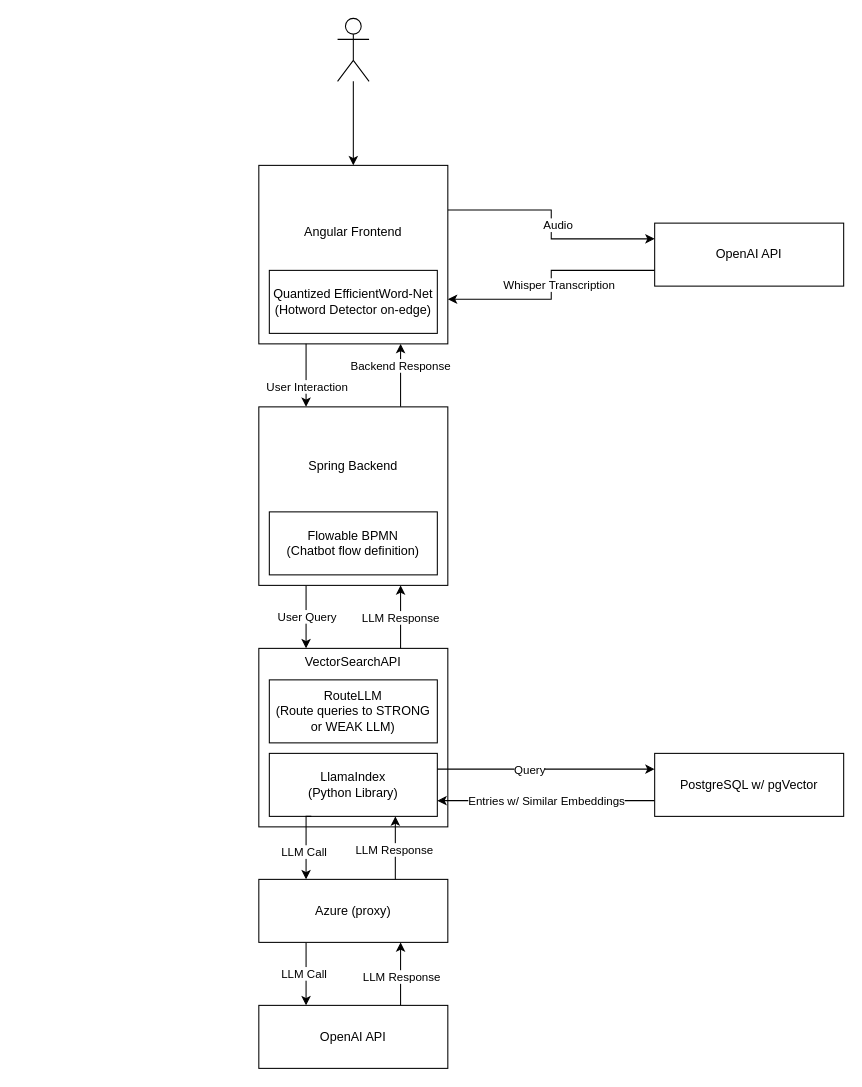
SupremeLobster/TFM keeps this draw.io diagram as diagrams/Full DSO App Architecture.drawio. Above is the earlier version. Source tidied: cells renumbered, new cells numbered last; positions are measured from the earlier drawing's top-left corner, leaving out a move shared by most shapes. Both pictures are drawn from the tidied source at 105%, with x=0, y=0 at pixel (258, 18).
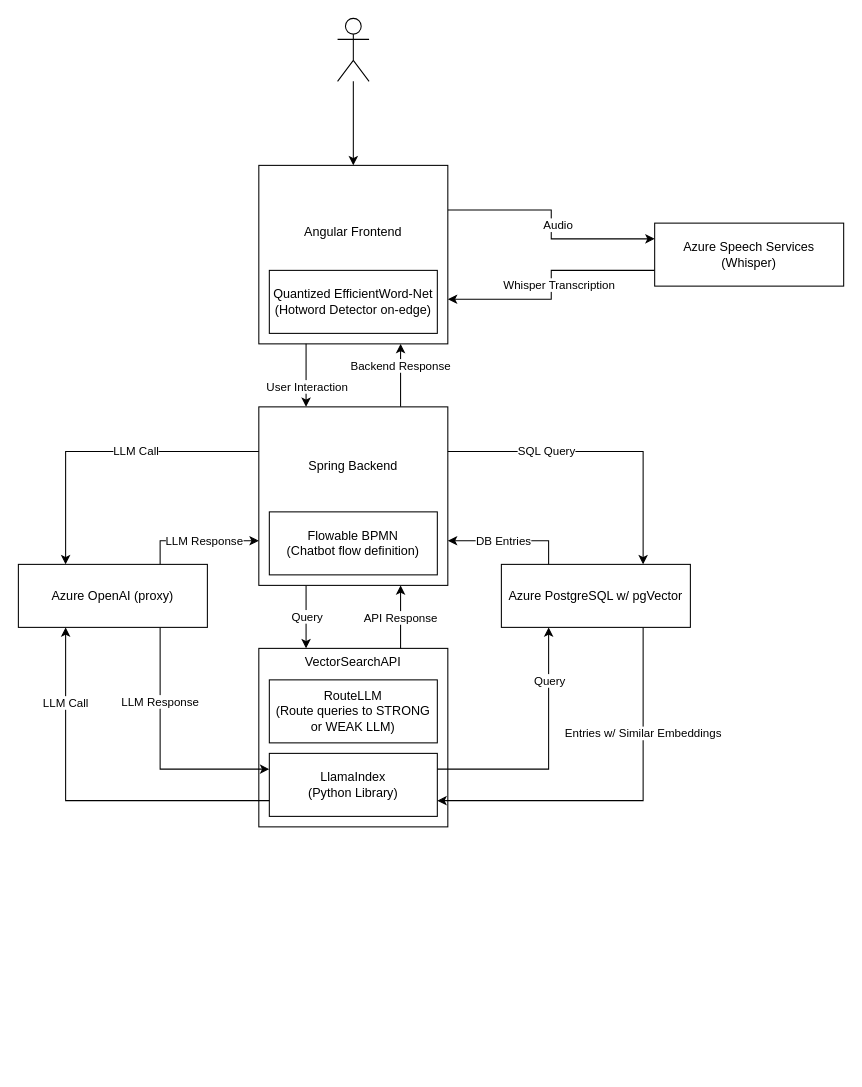
Above is the later version.

Commit message (it also covers changes not shown here):
- Update App Architecture diagram.

The change refers to these unchanged cells:
```xml
<mxCell id="4" value="LlamaIndex&lt;div&gt;(Python Library)&lt;/div&gt;" style="rounded=0;whiteSpace=wrap;html=1;" parent="2" vertex="1">
  <mxGeometry x="10" y="100" width="160" height="60" as="geometry" />
</mxCell>
<mxCell id="33" style="edgeStyle=orthogonalEdgeStyle;rounded=0;jettySize=auto;html=1;exitX=0.25;exitY=1;exitDx=0;exitDy=0;entryX=0.25;entryY=0;entryDx=0;entryDy=0;" parent="1" edge="1" source="40" target="3">
  <mxGeometry relative="1" as="geometry" />
</mxCell>
<mxCell id="37" style="edgeStyle=orthogonalEdgeStyle;rounded=0;jettySize=auto;html=1;exitX=0.75;exitY=0;exitDx=0;exitDy=0;entryX=0.75;entryY=1;entryDx=0;entryDy=0;" parent="1" edge="1" source="3" target="40">
  <mxGeometry relative="1" as="geometry" />
</mxCell>
<mxCell id="40" value="&lt;div&gt;Spring Backend&lt;/div&gt;&lt;div&gt;&lt;br&gt;&lt;/div&gt;&lt;div&gt;&lt;br&gt;&lt;/div&gt;&lt;div&gt;&lt;br&gt;&lt;/div&gt;&lt;div&gt;&lt;br&gt;&lt;/div&gt;" style="rounded=0;whiteSpace=wrap;html=1;" parent="39" vertex="1">
  <mxGeometry width="180" height="170" as="geometry" />
</mxCell>
```

What changed in the source:
```diff
@@
+    <mxCell id="42" style="edgeStyle=orthogonalEdgeStyle;rounded=0;jettySize=auto;html=1;exitX=0.75;exitY=0;exitDx=0;exitDy=0;entryX=0;entryY=0.75;entryDx=0;entryDy=0;" parent="1" edge="1" source="10" target="40">
+      <mxGeometry relative="1" as="geometry" />
+    </mxCell>
+    <mxCell id="43" value="LLM Response" style="edgeLabel;html=1;align=center;verticalAlign=middle;" parent="42" vertex="1">
+      <mxGeometry x="-0.07" y="2" relative="1" as="geometry">
+        <mxPoint x="10" y="2" as="offset" />
+      </mxGeometry>
+    </mxCell>
-    <mxCell id="6" style="edgeStyle=orthogonalEdgeStyle;rounded=0;jettySize=auto;html=1;exitX=0.75;exitY=0;exitDx=0;exitDy=0;entryX=0.75;entryY=1;entryDx=0;entryDy=0;" parent="1" edge="1" source="10" target="4">
-      <mxGeometry relative="1" as="geometry">
-        <Array as="points">
-          <mxPoint x="130" y="850" />
-        </Array>
-      </mxGeometry>
+    <mxCell id="6" style="edgeStyle=orthogonalEdgeStyle;rounded=0;jettySize=auto;html=1;exitX=0.75;exitY=1;exitDx=0;exitDy=0;entryX=0;entryY=0.25;entryDx=0;entryDy=0;" parent="1" edge="1" source="10" target="4">
+      <mxGeometry relative="1" as="geometry" />
     </mxCell>
-    <mxCell id="7" value="LLM Response" style="edgeLabel;html=1;align=center;verticalAlign=middle;" parent="6" vertex="1">
-      <mxGeometry x="0.51" y="2" relative="1" as="geometry" />
-    </mxCell>
-    <mxCell id="8" style="edgeStyle=orthogonalEdgeStyle;rounded=0;jettySize=auto;html=1;exitX=0.25;exitY=1;exitDx=0;exitDy=0;entryX=0.25;entryY=0;entryDx=0;entryDy=0;" parent="1" edge="1" source="10" target="19">
-      <mxGeometry relative="1" as="geometry" />
-    </mxCell>
-    <mxCell id="9" value="LLM Call" style="edgeLabel;html=1;align=center;verticalAlign=middle;" parent="8" vertex="1">
-      <mxGeometry x="-0.03" y="-2" relative="1" as="geometry" />
-    </mxCell>
+    <mxCell id="44" value="LLM Response" style="edgeLabel;html=1;align=center;verticalAlign=middle;" parent="6" vertex="1">
+      <mxGeometry x="-0.29" y="-1" relative="1" as="geometry">
+        <mxPoint y="-15" as="offset" />
+      </mxGeometry>
+    </mxCell>
-    <mxCell id="10" value="Azure (proxy)" style="rounded=0;whiteSpace=wrap;html=1;" parent="1" vertex="1">
-      <mxGeometry y="820" width="180" height="60" as="geometry" />
+    <mxCell id="10" value="Azure OpenAI (proxy)" style="rounded=0;whiteSpace=wrap;html=1;" parent="1" vertex="1">
+      <mxGeometry x="-229" y="520" width="180" height="60" as="geometry" />
     </mxCell>
-    <mxCell id="11" style="edgeStyle=orthogonalEdgeStyle;rounded=0;jettySize=auto;html=1;exitX=0.25;exitY=1;exitDx=0;exitDy=0;entryX=0.25;entryY=0;entryDx=0;entryDy=0;" parent="1" edge="1" source="4" target="10">
-      <mxGeometry relative="1" as="geometry">
-        <Array as="points">
-          <mxPoint x="45" y="760" />
-        </Array>
-      </mxGeometry>
-    </mxCell>
-    <mxCell id="12" value="LLM Call" style="edgeLabel;html=1;align=center;verticalAlign=middle;" parent="11" vertex="1">
-      <mxGeometry x="0.18" y="-2" relative="1" as="geometry" />
-    </mxCell>
@@
-    <mxCell id="17" style="edgeStyle=orthogonalEdgeStyle;rounded=0;jettySize=auto;html=1;exitX=0.75;exitY=0;exitDx=0;exitDy=0;entryX=0.75;entryY=1;entryDx=0;entryDy=0;" parent="1" edge="1" source="19" target="10">
-      <mxGeometry relative="1" as="geometry" />
-    </mxCell>
-    <mxCell id="18" value="LLM Response" style="edgeLabel;html=1;align=center;verticalAlign=middle;" parent="17" vertex="1">
-      <mxGeometry x="-0.06" relative="1" as="geometry" />
-    </mxCell>
-    <mxCell id="19" value="OpenAI API" style="rounded=0;whiteSpace=wrap;html=1;" parent="1" vertex="1">
-      <mxGeometry y="940" width="180" height="60" as="geometry" />
-    </mxCell>
-    <mxCell id="20" style="edgeStyle=orthogonalEdgeStyle;rounded=0;jettySize=auto;html=1;exitX=0;exitY=0.75;exitDx=0;exitDy=0;entryX=1;entryY=0.75;entryDx=0;entryDy=0;" parent="1" edge="1" source="22" target="4">
+    <mxCell id="20" style="edgeStyle=orthogonalEdgeStyle;rounded=0;jettySize=auto;html=1;exitX=0.75;exitY=1;exitDx=0;exitDy=0;entryX=1;entryY=0.75;entryDx=0;entryDy=0;" parent="1" edge="1" source="22" target="4">
       <mxGeometry relative="1" as="geometry" />
     </mxCell>
     <mxCell id="21" value="Entries w/ Similar Embeddings" style="edgeLabel;html=1;align=center;verticalAlign=middle;" parent="20" vertex="1">
       <mxGeometry x="0.27" y="-1" relative="1" as="geometry">
-        <mxPoint x="27" y="1" as="offset" />
+        <mxPoint x="63" y="-64" as="offset" />
       </mxGeometry>
     </mxCell>
+    <mxCell id="45" style="edgeStyle=orthogonalEdgeStyle;rounded=0;jettySize=auto;html=1;exitX=0.25;exitY=0;exitDx=0;exitDy=0;entryX=1;entryY=0.75;entryDx=0;entryDy=0;" parent="1" edge="1" source="22" target="40">
+      <mxGeometry relative="1" as="geometry" />
+    </mxCell>
+    <mxCell id="46" value="DB Entries" style="edgeLabel;html=1;align=center;verticalAlign=middle;" parent="45" vertex="1">
+      <mxGeometry x="0.18" y="-1" relative="1" as="geometry">
+        <mxPoint x="4" y="1" as="offset" />
+      </mxGeometry>
+    </mxCell>
-    <mxCell id="22" value="PostgreSQL w/ pgVector" style="rounded=0;whiteSpace=wrap;html=1;" parent="1" vertex="1">
-      <mxGeometry x="377" y="700" width="180" height="60" as="geometry" />
+    <mxCell id="22" value="Azure&amp;nbsp;&lt;span style=&quot;background-color: initial;&quot;&gt;PostgreSQL w/ pgVector&lt;/span&gt;" style="rounded=0;whiteSpace=wrap;html=1;" parent="1" vertex="1">
+      <mxGeometry x="231" y="520" width="180" height="60" as="geometry" />
     </mxCell>
-    <mxCell id="23" style="edgeStyle=orthogonalEdgeStyle;rounded=0;jettySize=auto;html=1;exitX=1;exitY=0.25;exitDx=0;exitDy=0;entryX=0;entryY=0.25;entryDx=0;entryDy=0;" parent="1" edge="1" source="4" target="22">
+    <mxCell id="23" style="edgeStyle=orthogonalEdgeStyle;rounded=0;jettySize=auto;html=1;exitX=1;exitY=0.25;exitDx=0;exitDy=0;entryX=0.25;entryY=1;entryDx=0;entryDy=0;" parent="1" edge="1" source="4" target="22">
       <mxGeometry relative="1" as="geometry" />
     </mxCell>
     <mxCell id="24" value="Query" style="edgeLabel;html=1;align=center;verticalAlign=middle;" parent="23" vertex="1">
       <mxGeometry x="-0.16" y="1" relative="1" as="geometry">
-        <mxPoint y="1" as="offset" />
+        <mxPoint x="5" y="-84" as="offset" />
       </mxGeometry>
     </mxCell>
@@
-    <mxCell id="27" value="OpenAI API" style="rounded=0;whiteSpace=wrap;html=1;" parent="1" vertex="1">
+    <mxCell id="27" value="Azure Speech Services&lt;div&gt;(Whisper)&lt;/div&gt;" style="rounded=0;whiteSpace=wrap;html=1;" parent="1" vertex="1">
       <mxGeometry x="377" y="195" width="180" height="60" as="geometry" />
     </mxCell>
@@
-    <mxCell id="34" value="User Query" style="edgeLabel;html=1;align=center;verticalAlign=middle;" parent="33" vertex="1">
+    <mxCell id="34" value="Query" style="edgeLabel;html=1;align=center;verticalAlign=middle;" parent="33" vertex="1">
       <mxGeometry x="-0.04" relative="1" as="geometry" />
     </mxCell>
@@
-    <mxCell id="38" value="LLM Response" style="edgeLabel;html=1;align=center;verticalAlign=middle;" parent="37" vertex="1">
+    <mxCell id="38" value="API Response" style="edgeLabel;html=1;align=center;verticalAlign=middle;" parent="37" vertex="1">
       <mxGeometry x="-0.01" y="1" relative="1" as="geometry" />
     </mxCell>
@@
+    <mxCell id="47" style="edgeStyle=orthogonalEdgeStyle;rounded=0;jettySize=auto;html=1;exitX=1;exitY=0.25;exitDx=0;exitDy=0;entryX=0.75;entryY=0;entryDx=0;entryDy=0;" parent="1" edge="1" source="40" target="22">
+      <mxGeometry relative="1" as="geometry" />
+    </mxCell>
+    <mxCell id="48" value="SQL Query" style="edgeLabel;html=1;align=center;verticalAlign=middle;" parent="47" vertex="1">
+      <mxGeometry x="-0.36" y="-2" relative="1" as="geometry">
+        <mxPoint x="-1" y="-3" as="offset" />
+      </mxGeometry>
+    </mxCell>
+    <mxCell id="49" style="edgeStyle=orthogonalEdgeStyle;rounded=0;jettySize=auto;html=1;exitX=0;exitY=0.25;exitDx=0;exitDy=0;entryX=0.25;entryY=0;entryDx=0;entryDy=0;" parent="1" edge="1" source="40" target="10">
+      <mxGeometry relative="1" as="geometry" />
+    </mxCell>
+    <mxCell id="50" value="LLM Call" style="edgeLabel;html=1;align=center;verticalAlign=middle;" parent="49" vertex="1">
+      <mxGeometry x="-0.2" y="1" relative="1" as="geometry">
+        <mxPoint y="-2" as="offset" />
+      </mxGeometry>
+    </mxCell>
+    <mxCell id="11" style="edgeStyle=orthogonalEdgeStyle;rounded=0;jettySize=auto;html=1;exitX=0;exitY=0.75;exitDx=0;exitDy=0;entryX=0.25;entryY=1;entryDx=0;entryDy=0;" parent="1" edge="1" source="4" target="10">
+      <mxGeometry relative="1" as="geometry" />
+    </mxCell>
+    <mxCell id="51" value="LLM Call" style="edgeLabel;html=1;align=center;verticalAlign=middle;" parent="11" vertex="1">
+      <mxGeometry x="0.62" y="-1" relative="1" as="geometry">
+        <mxPoint x="-2" y="3" as="offset" />
+      </mxGeometry>
+    </mxCell>
```
